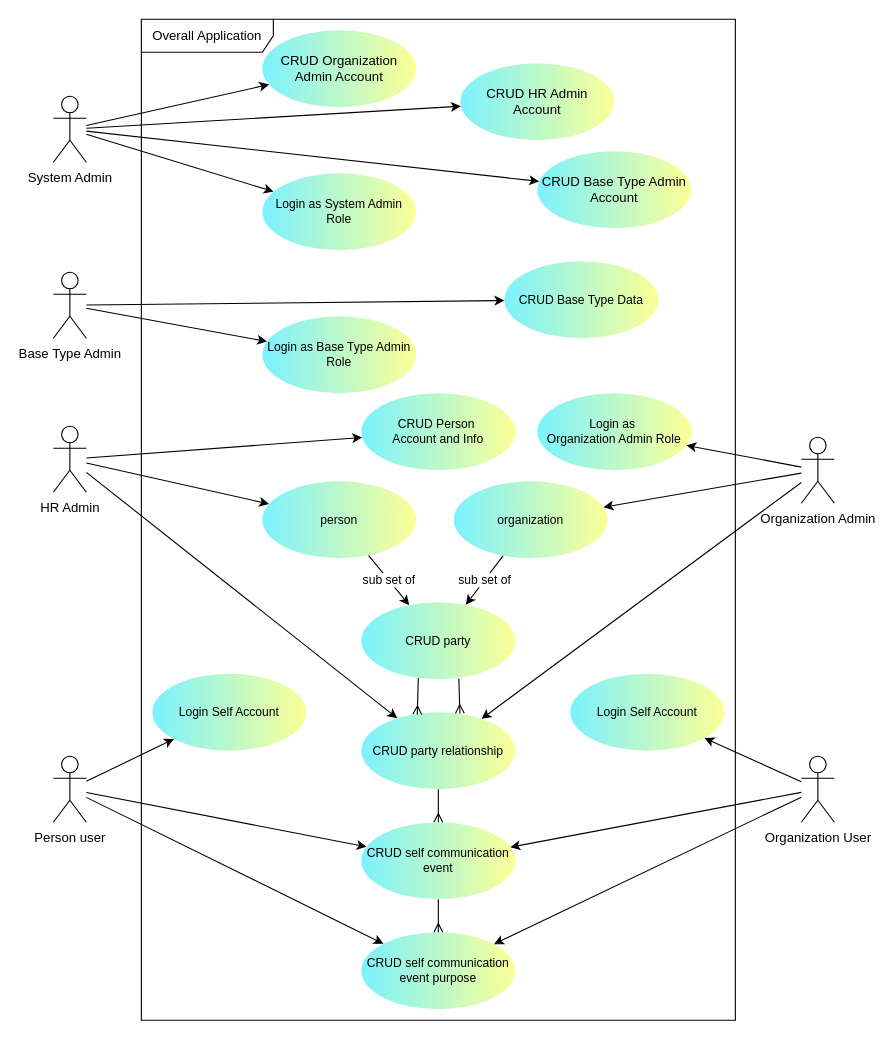
The draw.io diagram page "1 overall" (1 of 2) of docs/drawio/usecase/AllUsecaseDiagram.drawio in ssszZ-TH/party_fullstack_docker5, before the edit. Source tidied: cells renumbered, new cells numbered last; positions are measured from the earlier drawing's top-left corner, leaving out a move shared by most shapes. Both pictures are drawn from the tidied source at 110%, with x=0, y=0 at pixel (53, 19).
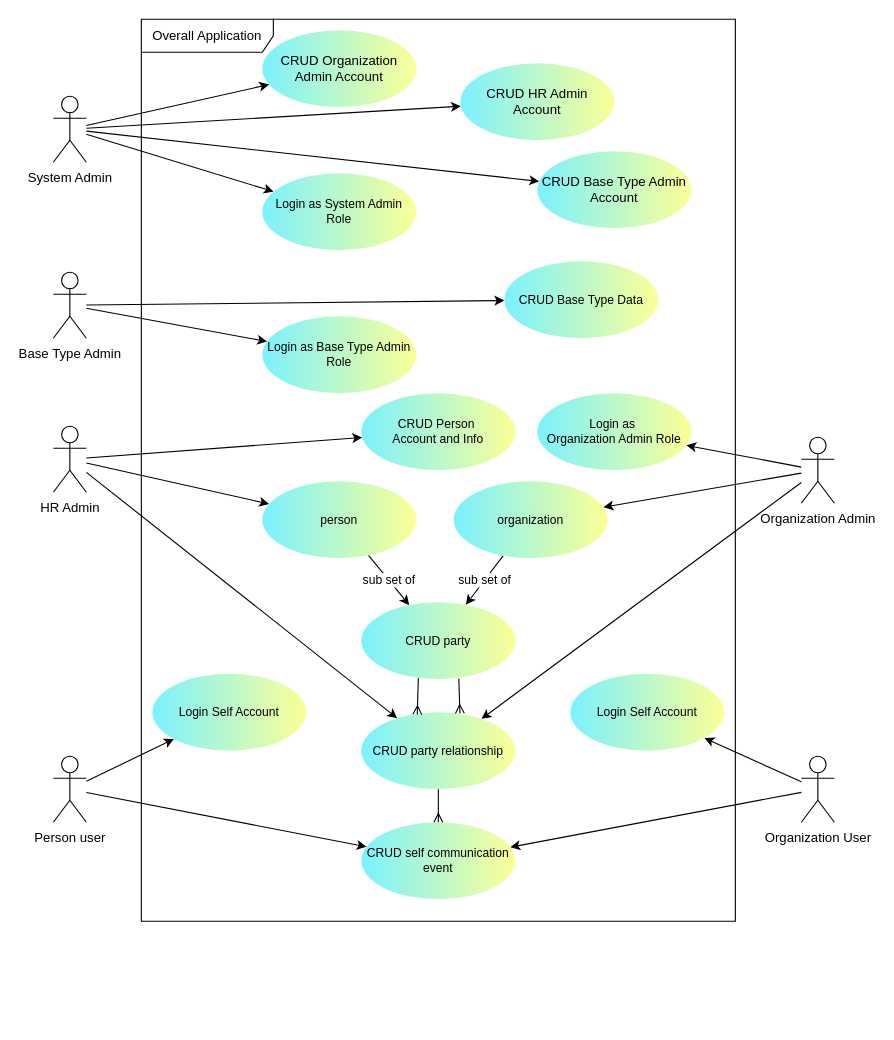
After the change.

Unchanged cells that the change refers to:
```xml
<mxCell id="19" value="Person user" style="shape=umlActor;verticalLabelPosition=bottom;verticalAlign=top;html=1;labelBackgroundColor=none;" parent="1" vertex="1">
  <mxGeometry y="670" width="30" height="60" as="geometry" />
</mxCell>
<mxCell id="23" value="Organization User" style="shape=umlActor;verticalLabelPosition=bottom;verticalAlign=top;html=1;labelBackgroundColor=none;" parent="1" vertex="1">
  <mxGeometry x="680" y="670" width="30" height="60" as="geometry" />
</mxCell>
<mxCell id="38" value="CRUD self communication event" style="ellipse;whiteSpace=wrap;html=1;fontFamily=Helvetica;fontSize=11;labelBackgroundColor=none;gradientDirection=east;gradientColor=#FCFF96;fillColor=#7BF1FF;strokeColor=none;" parent="1" vertex="1">
  <mxGeometry x="280" y="730" width="140" height="70" as="geometry" />
</mxCell>
```

The edit, as a diff of the source:
```diff
@@
     <mxCell id="2" value="Overall Application" style="shape=umlFrame;whiteSpace=wrap;html=1;width=120;height=30;labelBackgroundColor=none;" parent="1" vertex="1">
-      <mxGeometry x="80" width="540" height="910" as="geometry" />
+      <mxGeometry x="80" width="540" height="820" as="geometry" />
     </mxCell>
@@
-    <mxCell id="18" style="edgeStyle=none;shape=connector;rounded=0;jettySize=auto;html=1;strokeColor=default;align=center;verticalAlign=middle;fontFamily=Helvetica;fontSize=11;fontColor=default;labelBackgroundColor=default;endArrow=classic;" parent="1" edge="1" source="19" target="39">
-      <mxGeometry relative="1" as="geometry" />
-    </mxCell>
@@
-    <mxCell id="22" style="edgeStyle=none;shape=connector;rounded=0;jettySize=auto;html=1;strokeColor=default;align=center;verticalAlign=middle;fontFamily=Helvetica;fontSize=11;fontColor=default;labelBackgroundColor=default;endArrow=classic;" parent="1" edge="1" source="23" target="39">
-      <mxGeometry relative="1" as="geometry" />
-    </mxCell>
@@
-    <mxCell id="39" value="CRUD self communication event purpose" style="ellipse;whiteSpace=wrap;html=1;fontFamily=Helvetica;fontSize=11;labelBackgroundColor=none;gradientDirection=east;gradientColor=#FCFF96;fillColor=#7BF1FF;strokeColor=none;" parent="1" vertex="1">
-      <mxGeometry x="280" y="830" width="140" height="70" as="geometry" />
-    </mxCell>
@@
-    <mxCell id="48" style="edgeStyle=none;shape=connector;rounded=0;jettySize=auto;html=1;strokeColor=default;align=center;verticalAlign=middle;fontFamily=Helvetica;fontSize=11;fontColor=default;labelBackgroundColor=default;endArrow=ERmany;endFill=0;" parent="1" edge="1" source="38" target="39">
-      <mxGeometry relative="1" as="geometry" />
-    </mxCell>
```
